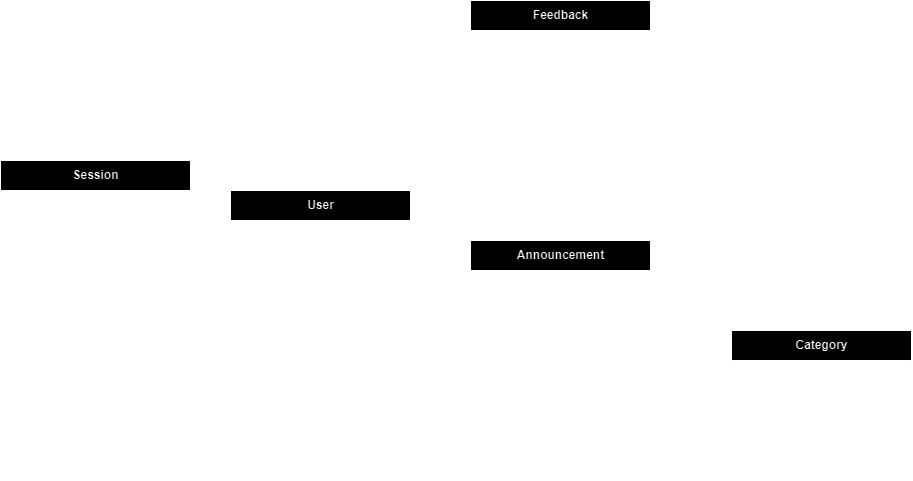
Earlier version of the draw.io export src/avito.drawio.png (Max425/tp-highload-avito). Source tidied: cells renumbered, new cells last; positions are measured from the earlier drawing's top-left corner, leaving out a move shared by most shapes.
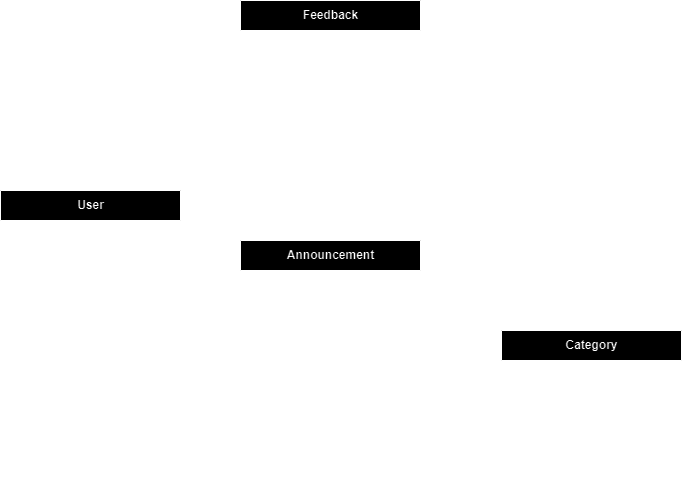
Above is the later version.

Diff of the diagram source:
```diff
@@ -77,48 +77,6 @@
     <mxCell id="26" value="image" style="shape=partialRectangle;fillColor=none;top=0;left=0;bottom=0;right=0;align=left;spacingLeft=6;overflow=hidden;whiteSpace=wrap;html=1;" parent="24" vertex="1">
       <mxGeometry x="50" width="130" height="30" as="geometry" />
     </mxCell>
-    <mxCell id="27" value="Session" style="shape=table;startSize=30;rowLines=0;fontStyle=1;align=center;html=1;" parent="1" vertex="1">
-      <mxGeometry y="160" width="190" height="150" as="geometry" />
-    </mxCell>
-    <mxCell id="28" style="shape=tableRow;horizontal=0;startSize=0;swimlaneHead=0;swimlaneBody=0;fillColor=none;top=0;left=0;right=0;bottom=1;" parent="27" vertex="1">
-      <mxGeometry y="30" width="190" height="30" as="geometry" />
-    </mxCell>
-    <mxCell id="29" value="PK" style="shape=partialRectangle;fillColor=none;top=0;left=0;bottom=0;right=0;fontStyle=1;overflow=hidden;whiteSpace=wrap;html=1;" parent="28" vertex="1">
-      <mxGeometry width="70" height="30" as="geometry" />
-    </mxCell>
-    <mxCell id="30" value="ID" style="shape=partialRectangle;fillColor=none;top=0;left=0;bottom=0;right=0;align=left;spacingLeft=6;fontStyle=5;overflow=hidden;whiteSpace=wrap;html=1;" parent="28" vertex="1">
-      <mxGeometry x="70" width="120" height="30" as="geometry" />
-    </mxCell>
-    <mxCell id="31" style="shape=tableRow;horizontal=0;startSize=0;swimlaneHead=0;swimlaneBody=0;fillColor=none;points=[[0,0.5],[1,0.5]];portConstraint=eastwest;top=0;left=0;right=0;bottom=0;" parent="27" vertex="1">
-      <mxGeometry y="60" width="190" height="30" as="geometry" />
-    </mxCell>
-    <mxCell id="32" value="FK" style="shape=partialRectangle;fillColor=none;top=0;left=0;bottom=0;right=0;overflow=hidden;whiteSpace=wrap;html=1;" parent="31" vertex="1">
-      <mxGeometry width="70" height="30" as="geometry" />
-    </mxCell>
-    <mxCell id="33" value="user_id" style="shape=partialRectangle;fillColor=none;top=0;left=0;bottom=0;right=0;align=left;spacingLeft=6;overflow=hidden;whiteSpace=wrap;html=1;" parent="31" vertex="1">
-      <mxGeometry x="70" width="120" height="30" as="geometry" />
-    </mxCell>
-    <mxCell id="34" style="shape=tableRow;horizontal=0;startSize=0;swimlaneHead=0;swimlaneBody=0;fillColor=none;top=0;left=0;right=0;bottom=0;" parent="27" vertex="1">
-      <mxGeometry y="90" width="190" height="30" as="geometry" />
-    </mxCell>
-    <mxCell id="35" value="timestamptz" style="shape=partialRectangle;fillColor=none;top=0;left=0;bottom=0;right=0;overflow=hidden;whiteSpace=wrap;html=1;" parent="34" vertex="1">
-      <mxGeometry width="70" height="30" as="geometry" />
-    </mxCell>
-    <mxCell id="36" value="&lt;span style=&quot;text-align: center;&quot;&gt;expires_at&lt;/span&gt;" style="shape=partialRectangle;fillColor=none;top=0;left=0;bottom=0;right=0;align=left;spacingLeft=6;overflow=hidden;whiteSpace=wrap;html=1;" parent="34" vertex="1">
-      <mxGeometry x="70" width="120" height="30" as="geometry" />
-    </mxCell>
-    <mxCell id="37" style="shape=tableRow;horizontal=0;startSize=0;swimlaneHead=0;swimlaneBody=0;fillColor=none;top=0;left=0;right=0;bottom=0;" parent="27" vertex="1">
-      <mxGeometry y="120" width="190" height="30" as="geometry" />
-    </mxCell>
-    <mxCell id="38" value="timestamptz" style="shape=partialRectangle;fillColor=none;top=0;left=0;bottom=0;right=0;overflow=hidden;whiteSpace=wrap;html=1;" parent="37" vertex="1">
-      <mxGeometry width="70" height="30" as="geometry" />
-    </mxCell>
-    <mxCell id="39" value="&lt;span style=&quot;text-align: center;&quot;&gt;updated_at&lt;/span&gt;" style="shape=partialRectangle;fillColor=none;top=0;left=0;bottom=0;right=0;align=left;spacingLeft=6;overflow=hidden;whiteSpace=wrap;html=1;" parent="37" vertex="1">
-      <mxGeometry x="70" width="120" height="30" as="geometry" />
-    </mxCell>
-    <mxCell id="40" style="edgeStyle=entityRelationEdgeStyle;fontSize=12;html=1;endArrow=ERmandOne;startArrow=ERmandOne;rounded=0;exitX=1;exitY=0.5;exitDx=0;exitDy=0;entryX=0;entryY=0.5;entryDx=0;entryDy=0;" parent="1" edge="1" source="31" target="3">
-      <mxGeometry relative="1" as="geometry" />
-    </mxCell>
     <mxCell id="41" value="Announcement" style="shape=table;startSize=30;rowLines=0;fontStyle=1;align=center;html=1;" parent="1" vertex="1">
       <mxGeometry x="470" y="240" width="180" height="240" as="geometry" />
     </mxCell>
```
